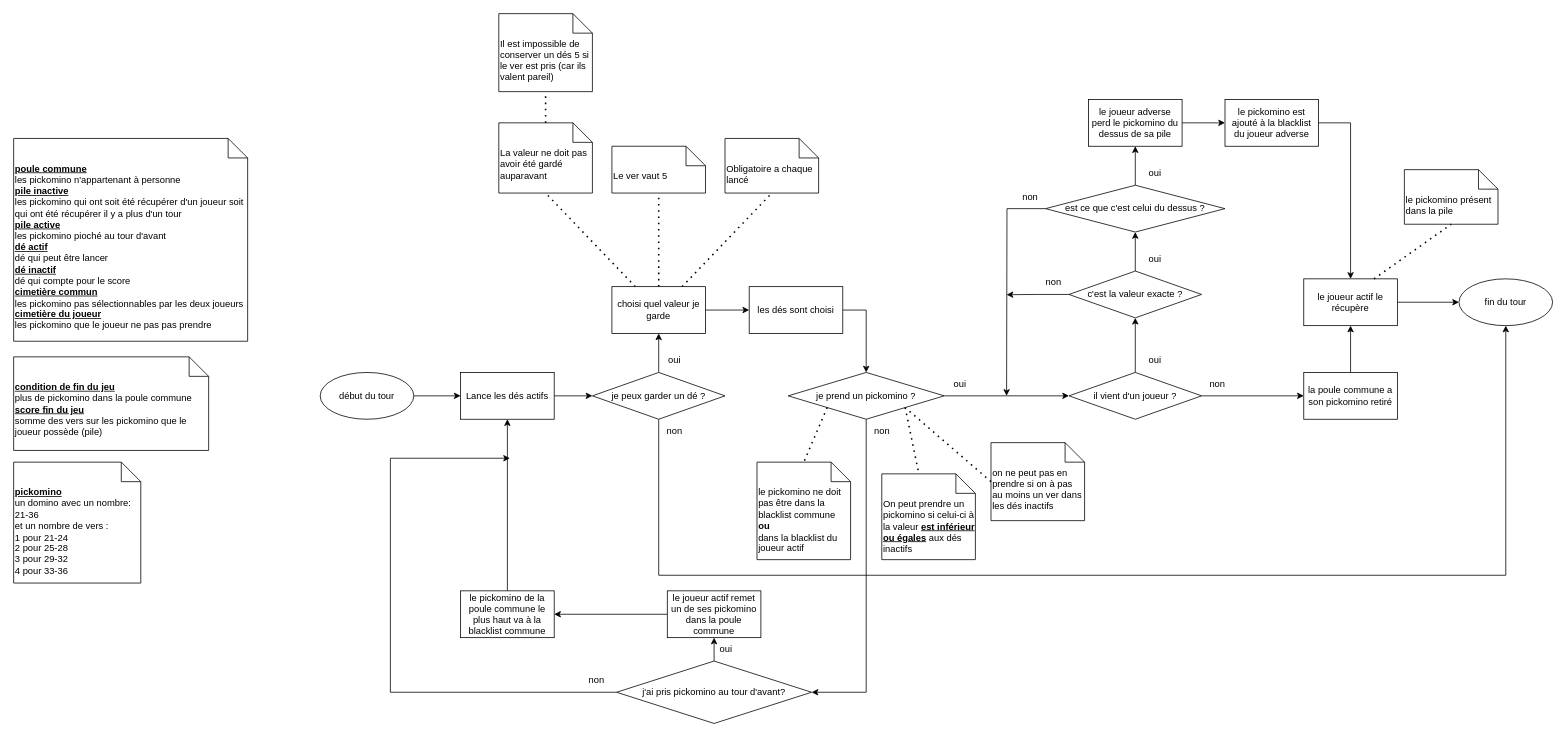
This is ressources/Drawio/pickomino.drawio from Davosthecool/Pickomino, a draw.io file, before an edit. Source tidied: cells renumbered, new cells numbered last; positions are measured from the earlier drawing's top-left corner, leaving out a move shared by most shapes. Both pictures are drawn from the tidied source at 78%, with x=0, y=0 at pixel (13, 13).
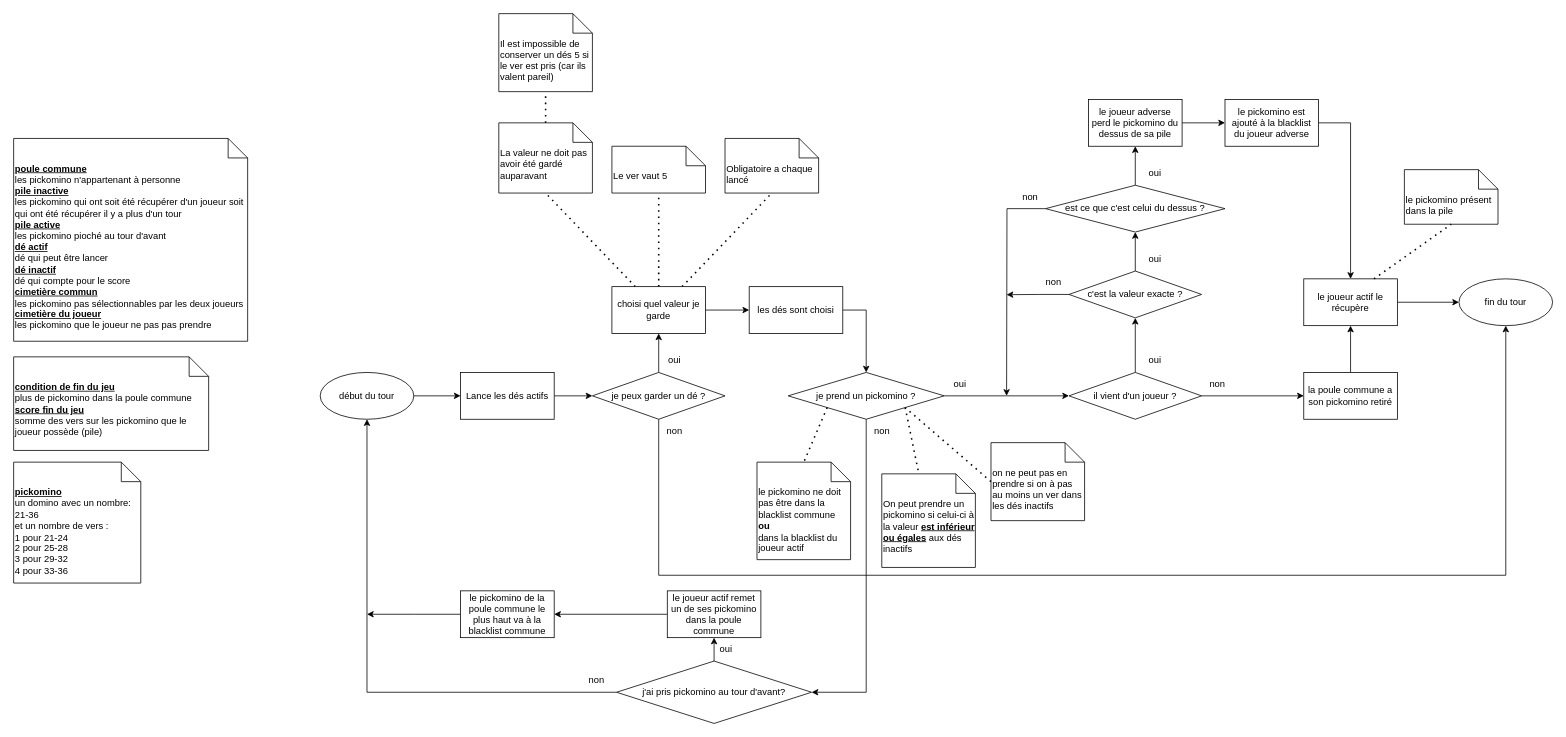
The same page after the edit.

The change refers to these unchanged cells:
```xml
<mxCell id="3" value="Lance les dés actifs" style="rounded=0;whiteSpace=wrap;html=1;" parent="1" vertex="1">
  <mxGeometry x="573" y="460" width="120" height="60" as="geometry" />
</mxCell>
<mxCell id="38" value="début du tour" style="ellipse;whiteSpace=wrap;html=1;" parent="1" vertex="1">
  <mxGeometry x="393" y="460" width="120" height="60" as="geometry" />
</mxCell>
<mxCell id="53" value="j'ai pris pickomino au tour d'avant?" style="rhombus;whiteSpace=wrap;html=1;" parent="1" vertex="1">
  <mxGeometry x="773" y="830" width="250" height="80" as="geometry" />
</mxCell>
<mxCell id="62" value="le pickomino de la poule commune le plus haut va à la blacklist&amp;nbsp;commune" style="rounded=0;whiteSpace=wrap;html=1;" parent="1" vertex="1">
  <mxGeometry x="573" y="740" width="120" height="60" as="geometry" />
</mxCell>
```

Change to the diagram source:
```diff
@@
     <mxCell id="29" value="On peut prendre un pickomino si celui-ci à la valeur &lt;b&gt;&lt;u&gt;est inférieur ou égales&lt;/u&gt;&lt;/b&gt;&amp;nbsp;aux dés inactifs" style="shape=note2;boundedLbl=1;whiteSpace=wrap;html=1;size=25;verticalAlign=top;align=left;" parent="1" vertex="1">
-      <mxGeometry x="1113" y="590" width="120" height="110" as="geometry" />
+      <mxGeometry x="1113" y="590" width="120" height="120" as="geometry" />
     </mxCell>
@@
+    <mxCell id="74" style="edgeStyle=orthogonalEdgeStyle;rounded=0;hachureGap=4;jettySize=auto;html=1;exitX=0;exitY=0.5;exitDx=0;exitDy=0;entryX=0.5;entryY=1;entryDx=0;entryDy=0;fontFamily=Architects Daughter;fontSize=16;" parent="1" edge="1" source="53" target="38">
+      <mxGeometry relative="1" as="geometry" />
+    </mxCell>
@@
-    <mxCell id="54" style="edgeStyle=orthogonalEdgeStyle;rounded=0;jettySize=auto;html=1;entryX=0.5;entryY=1;entryDx=0;entryDy=0;exitX=0.5;exitY=0;exitDx=0;exitDy=0;" parent="1" edge="1" source="62" target="3">
-      <mxGeometry relative="1" as="geometry" />
-    </mxCell>
@@
-    <mxCell id="57" style="endArrow=none;html=1;rounded=0;exitX=0;exitY=0.5;exitDx=0;exitDy=0;" parent="1" edge="1" source="53">
-      <mxGeometry relative="1" as="geometry">
-        <mxPoint x="483" y="870" as="targetPoint" />
-      </mxGeometry>
-    </mxCell>
-    <mxCell id="58" style="endArrow=none;html=1;rounded=0;" parent="1" edge="1">
-      <mxGeometry relative="1" as="geometry">
-        <mxPoint x="483" y="570" as="sourcePoint" />
-        <mxPoint x="483" y="870" as="targetPoint" />
-      </mxGeometry>
-    </mxCell>
-    <mxCell id="59" style="endArrow=classic;html=1;rounded=0;" parent="1" edge="1">
-      <mxGeometry relative="1" as="geometry">
-        <mxPoint x="483" y="570" as="sourcePoint" />
-        <mxPoint x="636.3" y="570" as="targetPoint" />
-      </mxGeometry>
-    </mxCell>
@@
+    <mxCell id="75" style="edgeStyle=orthogonalEdgeStyle;rounded=0;hachureGap=4;jettySize=auto;html=1;exitX=0;exitY=0.5;exitDx=0;exitDy=0;fontFamily=Architects Daughter;fontSize=16;" parent="1" edge="1" source="62">
+      <mxGeometry relative="1" as="geometry">
+        <mxPoint x="453" y="770" as="targetPoint" />
+      </mxGeometry>
+    </mxCell>
```
